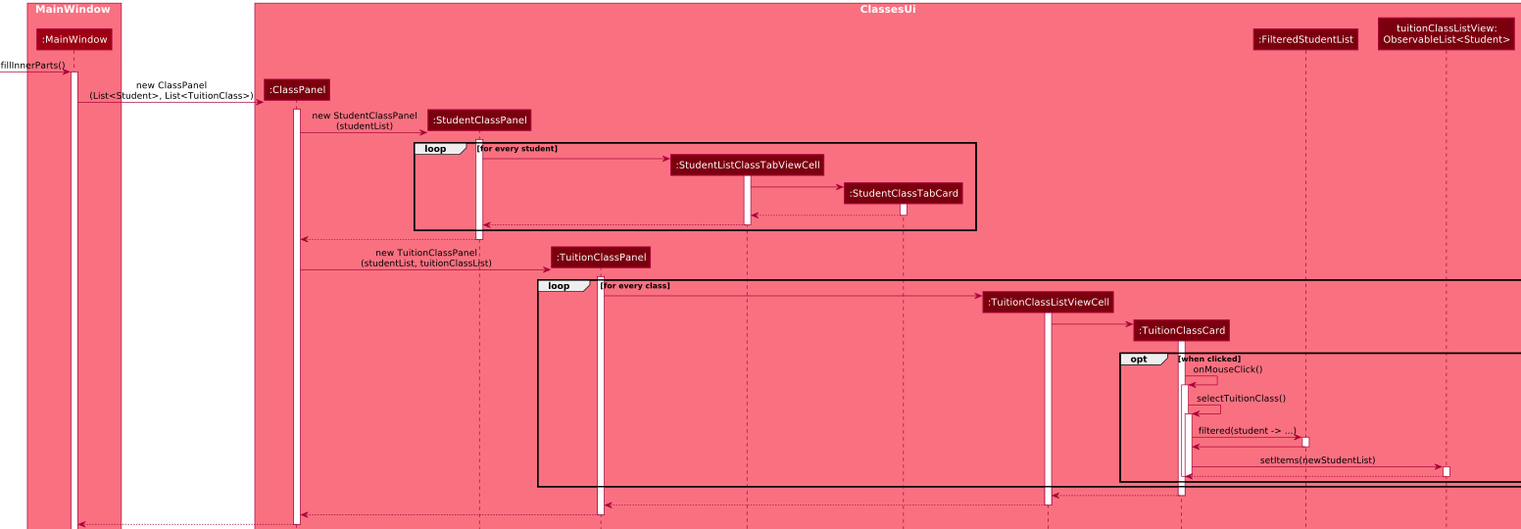
Above: docs/images/ClassesUiSequenceDiagram.png in softmagnet/tp (PlantUML), before the change. Its source is kept beside it as docs/diagrams/ClassesUiSequenceDiagram.puml.
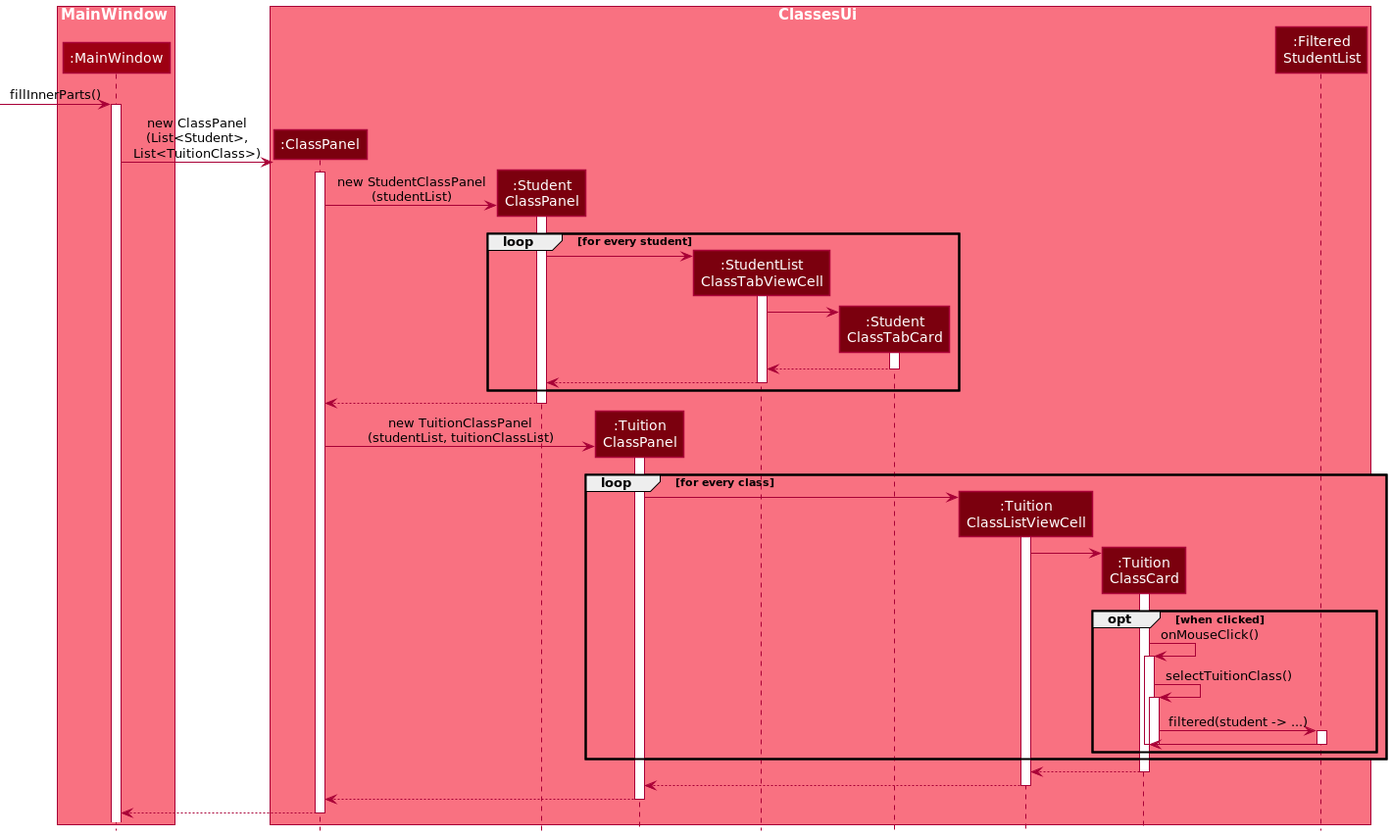
After the commit.

Commit message:
Make Class Ui Sequence Diagram smaller to be more visible

Change to the diagram source:
```diff
@@ -1,21 +1,20 @@
 @startuml
 !include style.puml
 
-
+skinparam ParticipantPadding -2
 box MainWindow MODEL_COLOR_T1
 participant ":MainWindow" as MainWindow MODEL_COLOR
 end box
 
 box ClassesUi MODEL_COLOR_T1
 participant ":ClassPanel" as ClassPanel MODEL_COLOR_T3
-participant ":StudentClassPanel" as StudentClassPanel MODEL_COLOR_T3
-participant ":TuitionClassPanel" as TuitionClassPanel MODEL_COLOR_T3
-participant ":StudentListClassTabViewCell" as StudentListClassTabViewCell MODEL_COLOR_T3
-participant ":StudentClassTabCard" as StudentClassTabCard MODEL_COLOR_T3
-participant ":TuitionClassListViewCell" as TuitionClassListViewCell MODEL_COLOR_T3
-participant ":TuitionClassCard" as TuitionClassCard MODEL_COLOR_T3
-participant ":FilteredStudentList" as FilteredStudentList MODEL_COLOR_T3
-participant "tuitionClassListView:\nObservableList<Student>" as tuitionClassListView MODEL_COLOR_T3
+participant ":Student\nClassPanel" as StudentClassPanel MODEL_COLOR_T3
+participant ":Tuition\nClassPanel" as TuitionClassPanel MODEL_COLOR_T3
+participant ":StudentList\nClassTabViewCell" as StudentListClassTabViewCell MODEL_COLOR_T3
+participant ":Student\nClassTabCard" as StudentClassTabCard MODEL_COLOR_T3
+participant ":Tuition\nClassListViewCell" as TuitionClassListViewCell MODEL_COLOR_T3
+participant ":Tuition\nClassCard" as TuitionClassCard MODEL_COLOR_T3
+participant ":Filtered\nStudentList" as FilteredStudentList MODEL_COLOR_T3
 end box
 
 [-> MainWindow : fillInnerParts()
@@ -24,7 +23,7 @@
 create FilteredStudentList
 
 create ClassPanel
-MainWindow -> ClassPanel : new ClassPanel\n(List<Student>, List<TuitionClass>)
+MainWindow -> ClassPanel : new ClassPanel\n(List<Student>,\nList<TuitionClass>)
 activate ClassPanel
 
 create StudentClassPanel
@@ -74,10 +73,6 @@
 deactivate FilteredStudentList
 
 
-TuitionClassCard -> tuitionClassListView : setItems(newStudentList)
-activate tuitionClassListView
-tuitionClassListView --> TuitionClassCard
-deactivate tuitionClassListView
 deactivate TuitionClassCard
 deactivate TuitionClassCard
 end
```
